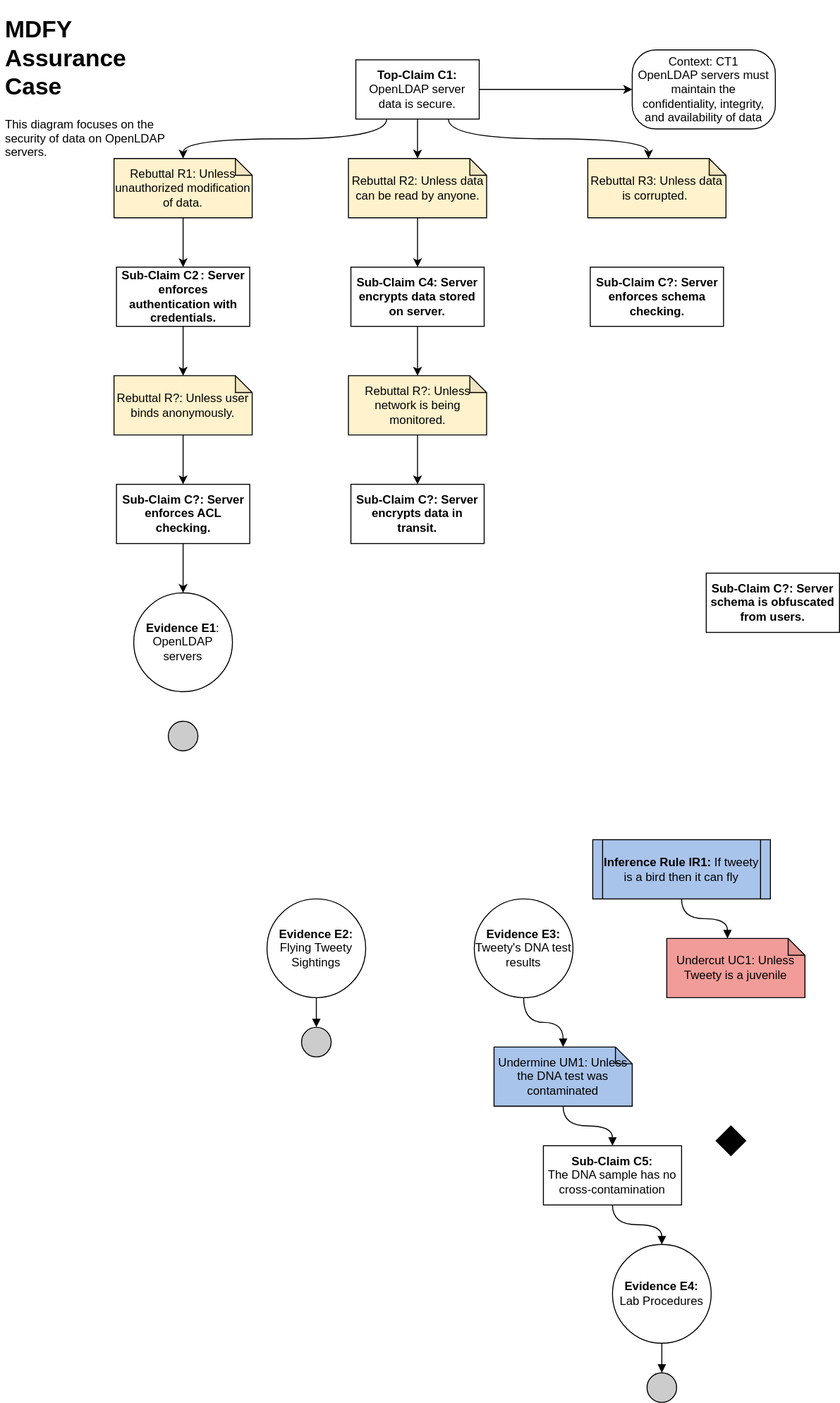
Earlier version of the draw.io export images/MDFY_Assurance_Case.drawio.svg (bartelsjoshuac/SAPG). Source tidied: cells renumbered, new cells last; positions are measured from the earlier drawing's top-left corner, leaving out a move shared by most shapes.
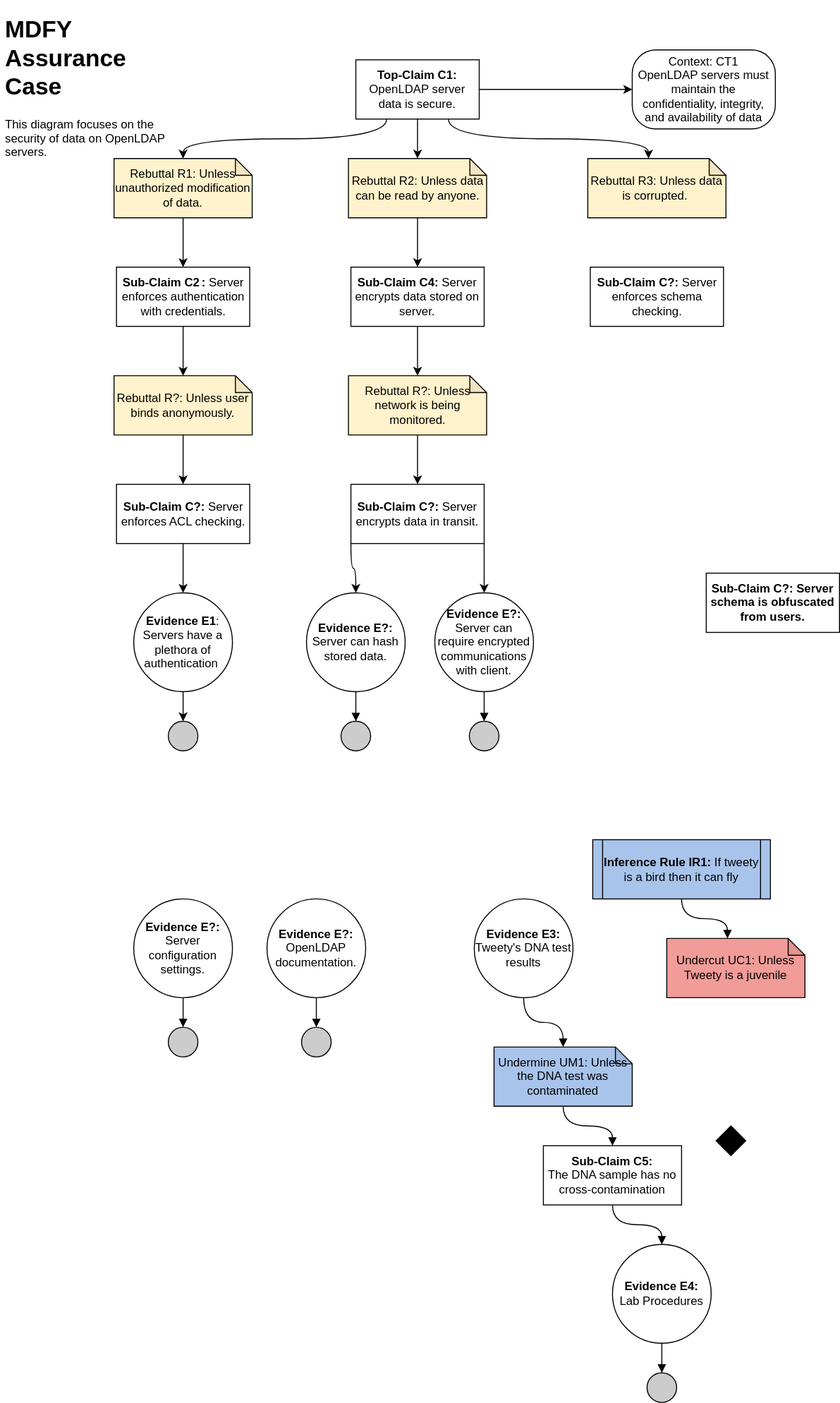
Later version of the same file.

The edit, as a diff of the source:
```diff
@@ -17,13 +17,16 @@
     <mxCell id="6" value="Context: CT1&lt;br&gt;OpenLDAP servers must maintain the confidentiality, integrity, and availability of data&lt;br&gt;" style="rounded=1;whiteSpace=wrap;html=1;arcSize=30;" parent="1" vertex="1">
       <mxGeometry x="640" y="40" width="145" height="80" as="geometry" />
     </mxCell>
+    <mxCell id="45" style="edgeStyle=orthogonalEdgeStyle;rounded=0;jettySize=auto;html=1;exitX=0.5;exitY=1;exitDx=0;exitDy=0;entryX=0.5;entryY=0;entryDx=0;entryDy=0;" parent="1" edge="1" source="7" target="10">
+      <mxGeometry relative="1" as="geometry" />
+    </mxCell>
-    <mxCell id="7" value="&lt;b&gt;Evidence E1&lt;/b&gt;:&lt;br&gt;OpenLDAP servers" style="ellipse;whiteSpace=wrap;html=1;fillColor=#ffffff;rounded=0;" parent="1" vertex="1">
+    <mxCell id="7" value="&lt;b&gt;Evidence E1&lt;/b&gt;:&lt;br&gt;Servers have a plethora of authentication&amp;nbsp;" style="ellipse;whiteSpace=wrap;html=1;fillColor=#ffffff;rounded=0;" parent="1" vertex="1">
       <mxGeometry x="135" y="590" width="100" height="100" as="geometry" />
     </mxCell>
     <mxCell id="8" style="edgeStyle=orthogonalEdgeStyle;curved=1;rounded=0;jettySize=auto;html=1;entryX=0.5;entryY=0;entryDx=0;entryDy=0;endArrow=block;endFill=1;" parent="1" edge="1" source="9" target="11">
       <mxGeometry relative="1" as="geometry" />
     </mxCell>
-    <mxCell id="9" value="&lt;b&gt;Evidence E2:&lt;/b&gt;&lt;br&gt;Flying Tweety Sightings" style="ellipse;whiteSpace=wrap;html=1;fillColor=#ffffff;rounded=0;" parent="1" vertex="1">
+    <mxCell id="9" value="&lt;b&gt;Evidence E?:&lt;/b&gt;&lt;br&gt;OpenLDAP documentation." style="ellipse;whiteSpace=wrap;html=1;fillColor=#ffffff;rounded=0;" parent="1" vertex="1">
       <mxGeometry x="270" y="900" width="100" height="100" as="geometry" />
     </mxCell>
     <mxCell id="10" style="ellipse;whiteSpace=wrap;html=1;fillColor=#CCCCCC;" parent="1" vertex="1">
@@ -71,7 +74,7 @@
     <mxCell id="24" style="rhombus;whiteSpace=wrap;html=1;fillColor=#000000;" parent="1" vertex="1">
       <mxGeometry x="725" y="1130" width="30" height="30" as="geometry" />
     </mxCell>
-    <mxCell id="25" value="&lt;b&gt;Sub-Claim C2&lt;span style=&quot;white-space: pre;&quot;&gt;&#9;&lt;/span&gt;: Server enforces authentication with credentials.&lt;br&gt;&lt;/b&gt;" style="rounded=0;whiteSpace=wrap;html=1;" parent="1" vertex="1">
+    <mxCell id="25" value="&lt;b&gt;Sub-Claim C2&lt;span style=&quot;white-space: pre;&quot;&gt;&#9;&lt;/span&gt;: &lt;/b&gt;Server enforces authentication with credentials." style="rounded=0;whiteSpace=wrap;html=1;" parent="1" vertex="1">
       <mxGeometry x="117.5" y="260" width="135" height="60" as="geometry" />
     </mxCell>
     <mxCell id="26" style="edgeStyle=orthogonalEdgeStyle;rounded=0;jettySize=auto;html=1;exitX=0.5;exitY=1;exitDx=0;exitDy=0;exitPerimeter=0;entryX=0.5;entryY=0;entryDx=0;entryDy=0;" parent="1" edge="1" source="27" target="25">
@@ -95,7 +98,7 @@
     <mxCell id="32" value="Rebuttal R?: Unless network is being monitored." style="shape=note;whiteSpace=wrap;html=1;backgroundOutline=1;darkOpacity=0.05;size=17;fillColor=#FFF2CC;" parent="1" vertex="1">
       <mxGeometry x="352.5" y="370" width="140" height="60" as="geometry" />
     </mxCell>
-    <mxCell id="33" value="&lt;b&gt;Sub-Claim C?: Server enforces schema checking.&lt;br&gt;&lt;/b&gt;" style="rounded=0;whiteSpace=wrap;html=1;" parent="1" vertex="1">
+    <mxCell id="33" value="&lt;b&gt;Sub-Claim C?: &lt;/b&gt;Server enforces schema checking." style="rounded=0;whiteSpace=wrap;html=1;" parent="1" vertex="1">
       <mxGeometry x="597.5" y="260" width="135" height="60" as="geometry" />
     </mxCell>
     <mxCell id="34" value="&lt;b&gt;Sub-Claim C?: Server schema is obfuscated from users.&lt;br&gt;&lt;/b&gt;" style="rounded=0;whiteSpace=wrap;html=1;" parent="1" vertex="1">
@@ -107,16 +110,22 @@
     <mxCell id="36" value="Rebuttal R?: Unless user binds anonymously." style="shape=note;whiteSpace=wrap;html=1;backgroundOutline=1;darkOpacity=0.05;size=17;fillColor=#FFF2CC;" parent="1" vertex="1">
       <mxGeometry x="115" y="370" width="140" height="60" as="geometry" />
     </mxCell>
-    <mxCell id="37" value="&lt;b&gt;Sub-Claim C4: Server encrypts data stored on server.&lt;br&gt;&lt;/b&gt;" style="rounded=0;whiteSpace=wrap;html=1;" parent="1" vertex="1">
+    <mxCell id="37" value="&lt;b&gt;Sub-Claim C4: &lt;/b&gt;Server encrypts data stored on server." style="rounded=0;whiteSpace=wrap;html=1;" parent="1" vertex="1">
       <mxGeometry x="355" y="260" width="135" height="60" as="geometry" />
     </mxCell>
+    <mxCell id="46" style="edgeStyle=orthogonalEdgeStyle;rounded=0;jettySize=auto;html=1;exitX=0;exitY=1;exitDx=0;exitDy=0;entryX=0.5;entryY=0;entryDx=0;entryDy=0;curved=1;" parent="1" edge="1" source="38" target="52">
+      <mxGeometry relative="1" as="geometry" />
+    </mxCell>
+    <mxCell id="47" style="edgeStyle=orthogonalEdgeStyle;rounded=0;jettySize=auto;html=1;exitX=1;exitY=1;exitDx=0;exitDy=0;entryX=0.5;entryY=0;entryDx=0;entryDy=0;" parent="1" edge="1" source="38" target="55">
+      <mxGeometry relative="1" as="geometry" />
+    </mxCell>
-    <mxCell id="38" value="&lt;b&gt;Sub-Claim C?: Server encrypts data in transit.&lt;br&gt;&lt;/b&gt;" style="rounded=0;whiteSpace=wrap;html=1;" parent="1" vertex="1">
+    <mxCell id="38" value="&lt;b&gt;Sub-Claim C?: &lt;/b&gt;Server encrypts data in transit." style="rounded=0;whiteSpace=wrap;html=1;" parent="1" vertex="1">
       <mxGeometry x="355" y="480" width="135" height="60" as="geometry" />
     </mxCell>
     <mxCell id="39" style="edgeStyle=orthogonalEdgeStyle;rounded=0;jettySize=auto;html=1;exitX=0.5;exitY=1;exitDx=0;exitDy=0;entryX=0.5;entryY=0;entryDx=0;entryDy=0;" parent="1" edge="1" source="40" target="7">
       <mxGeometry relative="1" as="geometry" />
     </mxCell>
-    <mxCell id="40" value="&lt;b&gt;Sub-Claim C?: Server enforces ACL checking.&lt;br&gt;&lt;/b&gt;" style="rounded=0;whiteSpace=wrap;html=1;" parent="1" vertex="1">
+    <mxCell id="40" value="&lt;b&gt;Sub-Claim C?: &lt;/b&gt;Server enforces ACL checking." style="rounded=0;whiteSpace=wrap;html=1;" parent="1" vertex="1">
       <mxGeometry x="117.5" y="480" width="135" height="60" as="geometry" />
     </mxCell>
     <mxCell id="41" style="edgeStyle=orthogonalEdgeStyle;rounded=0;jettySize=auto;html=1;exitX=0.5;exitY=1;exitDx=0;exitDy=0;entryX=0.5;entryY=0;entryDx=0;entryDy=0;entryPerimeter=0;curved=1;" parent="1" edge="1" source="5" target="30">
@@ -131,5 +140,32 @@
     <mxCell id="44" style="edgeStyle=orthogonalEdgeStyle;rounded=0;jettySize=auto;html=1;exitX=0.75;exitY=1;exitDx=0;exitDy=0;entryX=0;entryY=0;entryDx=61.5;entryDy=0;entryPerimeter=0;curved=1;" parent="1" edge="1" source="5" target="28">
       <mxGeometry relative="1" as="geometry" />
     </mxCell>
+    <mxCell id="48" style="edgeStyle=orthogonalEdgeStyle;curved=1;rounded=0;jettySize=auto;html=1;entryX=0.5;entryY=0;entryDx=0;entryDy=0;endArrow=block;endFill=1;" parent="1" edge="1" source="49" target="50">
+      <mxGeometry relative="1" as="geometry" />
+    </mxCell>
+    <mxCell id="49" value="&lt;b&gt;Evidence E?: &lt;/b&gt;Server configuration settings." style="ellipse;whiteSpace=wrap;html=1;fillColor=#ffffff;rounded=0;" parent="1" vertex="1">
+      <mxGeometry x="135" y="900" width="100" height="100" as="geometry" />
+    </mxCell>
+    <mxCell id="50" style="ellipse;whiteSpace=wrap;html=1;fillColor=#CCCCCC;" parent="1" vertex="1">
+      <mxGeometry x="170" y="1030" width="30" height="30" as="geometry" />
+    </mxCell>
+    <mxCell id="51" style="edgeStyle=orthogonalEdgeStyle;curved=1;rounded=0;jettySize=auto;html=1;entryX=0.5;entryY=0;entryDx=0;entryDy=0;endArrow=block;endFill=1;" parent="1" edge="1" source="52" target="53">
+      <mxGeometry relative="1" as="geometry" />
+    </mxCell>
+    <mxCell id="52" value="&lt;b&gt;Evidence E?:&lt;/b&gt;&lt;br&gt;Server can hash stored data." style="ellipse;whiteSpace=wrap;html=1;fillColor=#ffffff;rounded=0;" parent="1" vertex="1">
+      <mxGeometry x="310" y="590" width="100" height="100" as="geometry" />
+    </mxCell>
+    <mxCell id="53" style="ellipse;whiteSpace=wrap;html=1;fillColor=#CCCCCC;" parent="1" vertex="1">
+      <mxGeometry x="345" y="720" width="30" height="30" as="geometry" />
+    </mxCell>
+    <mxCell id="54" style="edgeStyle=orthogonalEdgeStyle;curved=1;rounded=0;jettySize=auto;html=1;entryX=0.5;entryY=0;entryDx=0;entryDy=0;endArrow=block;endFill=1;" parent="1" edge="1" source="55" target="56">
+      <mxGeometry relative="1" as="geometry" />
+    </mxCell>
+    <mxCell id="55" value="&lt;b&gt;Evidence E?:&lt;/b&gt;&lt;br&gt;Server can require encrypted communications with client." style="ellipse;whiteSpace=wrap;html=1;fillColor=#ffffff;rounded=0;" parent="1" vertex="1">
+      <mxGeometry x="440" y="590" width="100" height="100" as="geometry" />
+    </mxCell>
+    <mxCell id="56" style="ellipse;whiteSpace=wrap;html=1;fillColor=#CCCCCC;" parent="1" vertex="1">
+      <mxGeometry x="475" y="720" width="30" height="30" as="geometry" />
+    </mxCell>
   </root>
 </mxGraphModel>
```
